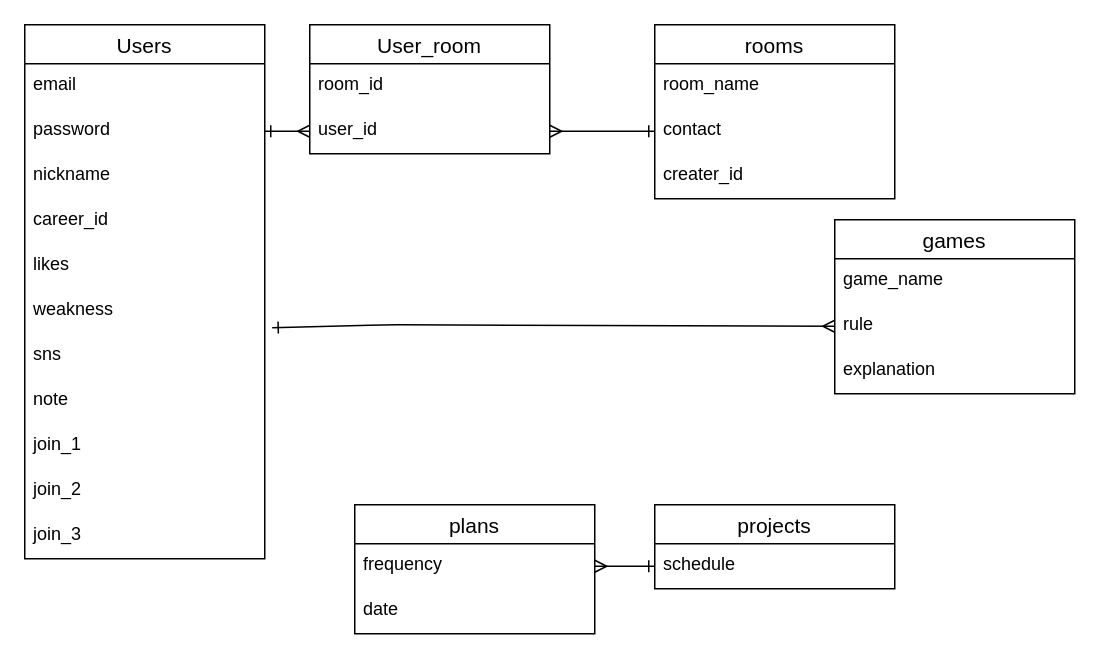
Toshiki-Ichi/bgcafe keeps this draw.io diagram as bgcafe.dio. Above is the earlier version. Source tidied: cells renumbered, new cells numbered last; positions are measured from the earlier drawing's top-left corner, leaving out a move shared by most shapes. Both pictures are drawn from the tidied source at 150%, with x=0, y=0 at pixel (24, 24).
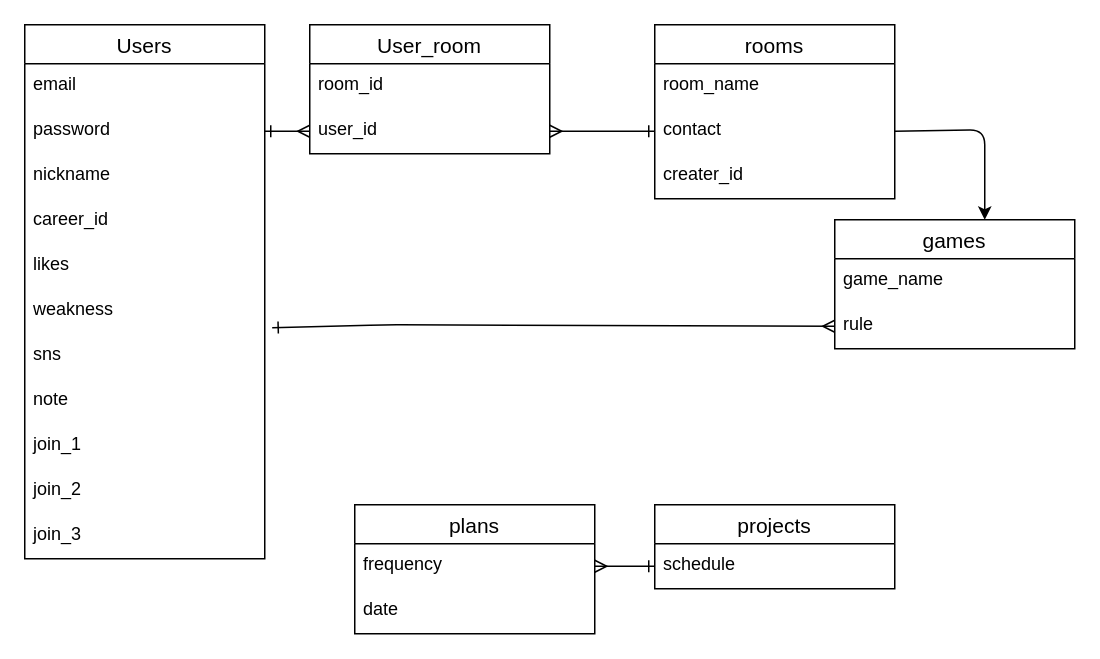
The same diagram, later.

The change refers to these unchanged cells:
```xml
<mxCell id="19" value="contact" style="text;strokeColor=none;fillColor=none;spacingLeft=4;spacingRight=4;overflow=hidden;points=[[0,0.5],[1,0.5]];portConstraint=eastwest;fontSize=12;" parent="17" vertex="1">
  <mxGeometry y="56" width="160" height="30" as="geometry" />
</mxCell>
```

The edit, as a diff of the source:
```diff
@@
     <mxCell id="26" value="games" style="swimlane;fontStyle=0;horizontal=1;startSize=26;align=center;fontSize=14;" parent="1" vertex="1">
-      <mxGeometry x="540" y="130" width="160" height="116" as="geometry" />
+      <mxGeometry x="540" y="130" width="160" height="86" as="geometry" />
     </mxCell>
@@
-    <mxCell id="29" value="explanation" style="text;strokeColor=none;fillColor=none;spacingLeft=4;spacingRight=4;overflow=hidden;fontSize=12;" parent="26" vertex="1">
-      <mxGeometry y="86" width="160" height="30" as="geometry" />
-    </mxCell>
@@
+    <mxCell id="34" style="edgeStyle=none;html=1;exitX=1;exitY=0.5;exitDx=0;exitDy=0;entryX=0.625;entryY=0;entryDx=0;entryDy=0;entryPerimeter=0;" parent="1" edge="1" source="19" target="26">
+      <mxGeometry relative="1" as="geometry">
+        <Array as="points">
+          <mxPoint x="640" y="70" />
+        </Array>
+      </mxGeometry>
+    </mxCell>
```
